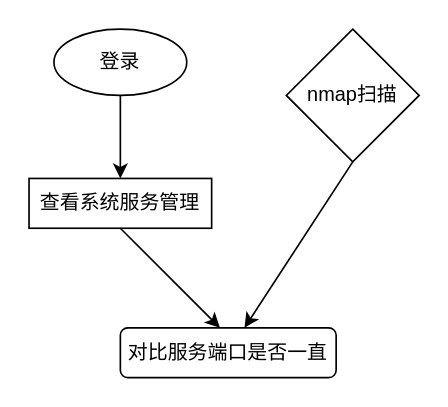
The draw.io diagram aqfh_2.drawio in baibaip/diagrams, before the edit. Source tidied: cells renumbered, new cells numbered last; positions are measured from the earlier drawing's top-left corner, leaving out a move shared by most shapes. Both pictures are drawn from the tidied source at 166%, with x=0, y=0 at pixel (28, 28).
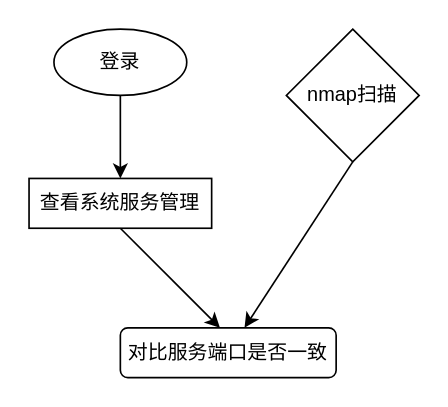
After the change.

Change to the diagram source:
```diff
@@
 <mxGraphModel>
   <root>
     <mxCell id="0" />
     <mxCell id="1" parent="0" />
     <mxCell id="2" style="edgeStyle=orthogonalEdgeStyle;rounded=0;jettySize=auto;html=1;exitX=0.5;exitY=1;exitDx=0;exitDy=0;" parent="1" edge="1" source="3" target="4">
       <mxGeometry relative="1" as="geometry" />
     </mxCell>
     <mxCell id="3" value="登录" style="ellipse;whiteSpace=wrap;html=1;" parent="1" vertex="1">
       <mxGeometry x="15" width="80" height="40" as="geometry" />
     </mxCell>
     <mxCell id="4" value="查看系统服务管理" style="rounded=0;whiteSpace=wrap;html=1;" parent="1" vertex="1">
       <mxGeometry y="90" width="110" height="30" as="geometry" />
     </mxCell>
     <mxCell id="5" value="nmap扫描" style="rhombus;whiteSpace=wrap;html=1;" parent="1" vertex="1">
       <mxGeometry x="155" width="80" height="80" as="geometry" />
     </mxCell>
-    <mxCell id="6" value="对比服务端口是否一直" style="rounded=1;whiteSpace=wrap;html=1;" parent="1" vertex="1">
+    <mxCell id="6" value="对比服务端口是否一致" style="rounded=1;whiteSpace=wrap;html=1;" parent="1" vertex="1">
       <mxGeometry x="55" y="180" width="130" height="30" as="geometry" />
     </mxCell>
     <mxCell id="7" style="endArrow=classic;html=1;rounded=0;exitX=0.5;exitY=1;exitDx=0;exitDy=0;" parent="1" edge="1" source="4">
       <mxGeometry relative="1" as="geometry">
         <mxPoint x="115" y="180" as="targetPoint" />
       </mxGeometry>
     </mxCell>
     <mxCell id="8" style="endArrow=classic;html=1;rounded=0;exitX=0.5;exitY=1;exitDx=0;exitDy=0;" parent="1" edge="1" source="5" target="6">
       <mxGeometry relative="1" as="geometry" />
     </mxCell>
   </root>
 </mxGraphModel>
```
